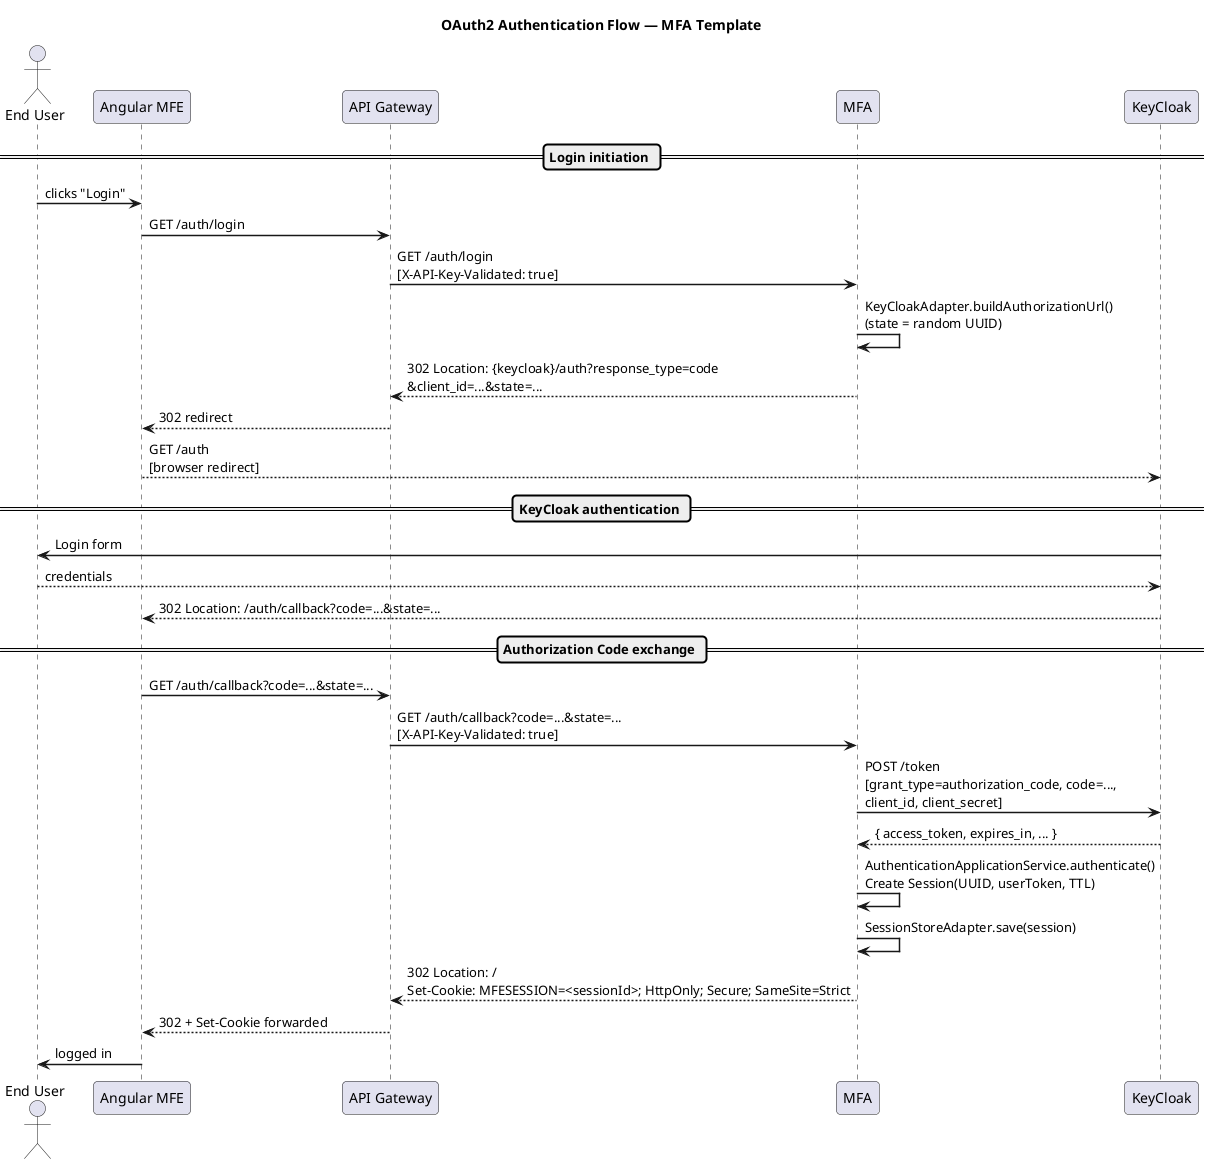
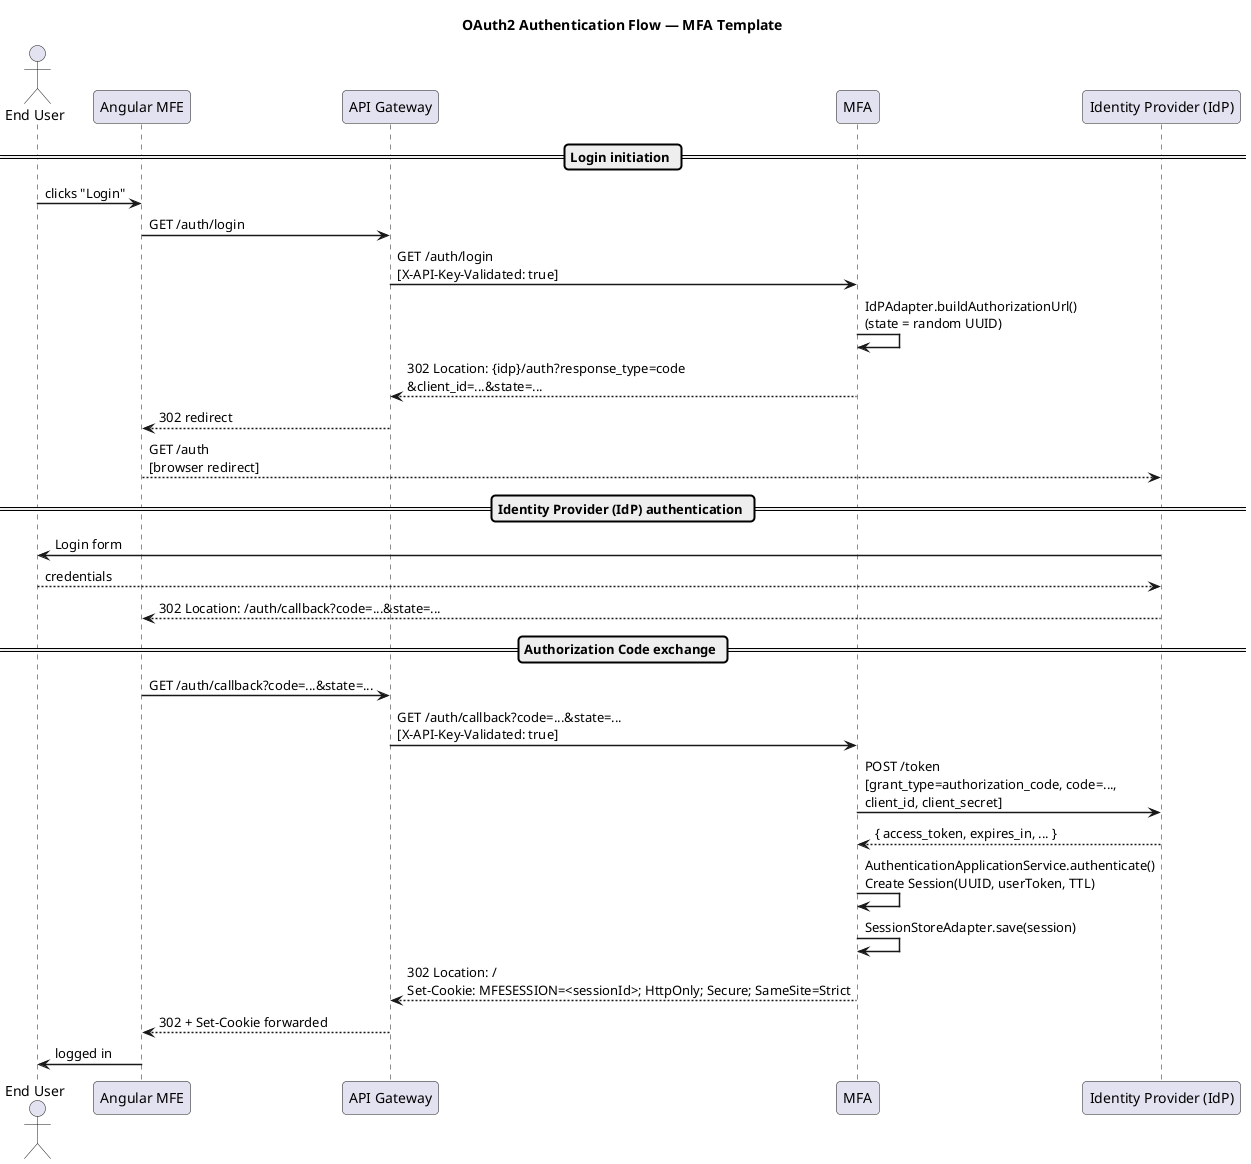
@startuml sequence-authentication
skinparam sequenceArrowThickness 1.5
skinparam roundcorner 8
skinparam backgroundColor white

title OAuth2 Authentication Flow — MFA Template

actor "End User" as User
participant "Angular MFE" as MFE
participant "API Gateway" as AG
participant "MFA" as MFA
- participant "KeyCloak" as KC
+ participant "Identity Provider (IdP)" as IdP

== Login initiation ==

User -> MFE : clicks "Login"
MFE -> AG : GET /auth/login
AG -> MFA : GET /auth/login\n[X-API-Key-Validated: true]
- MFA -> MFA : KeyCloakAdapter.buildAuthorizationUrl()\n(state = random UUID)
- MFA --> AG : 302 Location: {keycloak}/auth?response_type=code\n&client_id=...&state=...
+ MFA -> MFA : IdPAdapter.buildAuthorizationUrl()\n(state = random UUID)
+ MFA --> AG : 302 Location: {idp}/auth?response_type=code\n&client_id=...&state=...
AG --> MFE : 302 redirect
- MFE --> KC : GET /auth\n[browser redirect]
+ MFE --> IdP : GET /auth\n[browser redirect]

- == KeyCloak authentication ==
+ == Identity Provider (IdP) authentication ==

- KC -> User : Login form
- User --> KC : credentials
- KC --> MFE : 302 Location: /auth/callback?code=...&state=...
+ IdP -> User : Login form
+ User --> IdP : credentials
+ IdP --> MFE : 302 Location: /auth/callback?code=...&state=...

== Authorization Code exchange ==

MFE -> AG : GET /auth/callback?code=...&state=...
AG -> MFA : GET /auth/callback?code=...&state=...\n[X-API-Key-Validated: true]
- MFA -> KC : POST /token\n[grant_type=authorization_code, code=...,\nclient_id, client_secret]
- KC --> MFA : { access_token, expires_in, ... }
+ MFA -> IdP : POST /token\n[grant_type=authorization_code, code=...,\nclient_id, client_secret]
+ IdP --> MFA : { access_token, expires_in, ... }
MFA -> MFA : AuthenticationApplicationService.authenticate()\nCreate Session(UUID, userToken, TTL)
MFA -> MFA : SessionStoreAdapter.save(session)
MFA --> AG : 302 Location: /\nSet-Cookie: MFESESSION=<sessionId>; HttpOnly; Secure; SameSite=Strict
AG --> MFE : 302 + Set-Cookie forwarded
MFE -> User : logged in
@enduml
